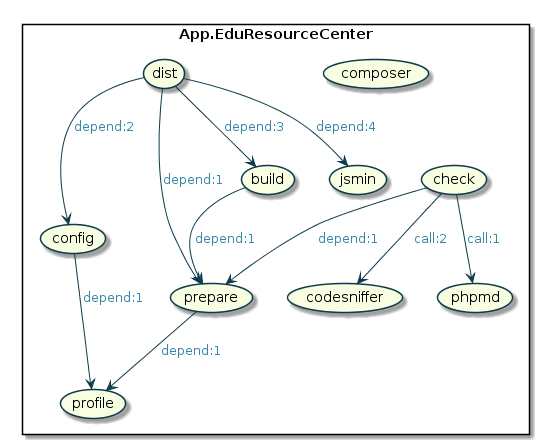
Before: resources/readme/edu-resource-center.png, a diagram exported from PlantUML (jawira/phing-visualizer).
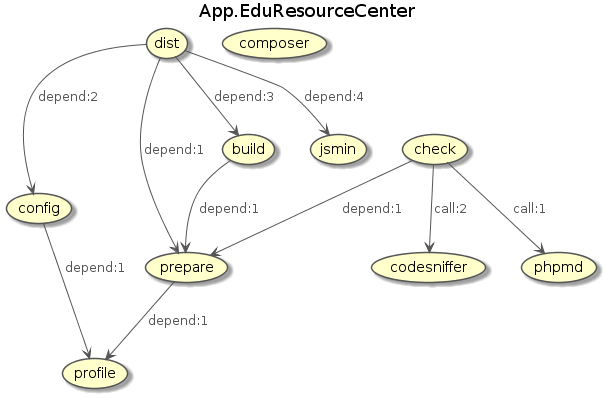
The same diagram one commit later.

What changed in the source:
```diff
@@ -1,25 +1,29 @@
 @startuml
+title App.EduResourceCenter
+hide stereotype
 skinparam Arrow {
-Color #0C3A49
-FontColor #3787A6
+Color #555555
+FontColor #555555
 }
-skinparam Usecase {
-BackgroundColor #F7FEE1
-BorderColor #0C3A49
+skinparam UseCase {
+BackgroundColor #FFFFCC
+BorderColor #555555
 }
 
-rectangle "App.EduResourceCenter" {
-(profile)
-(prepare)
-(config)
-(build)
-(jsmin)
-(composer)
-(codesniffer)
-(phpmd)
-(check)
-(dist)
+skinparam UseCase {
+BackgroundColor<< App.EduResourceCenter >> #FFFFCC
 }
+(profile)<< App.EduResourceCenter >>
+(prepare)<< App.EduResourceCenter >>
+(config)<< App.EduResourceCenter >>
+(build)<< App.EduResourceCenter >>
+(jsmin)<< App.EduResourceCenter >>
+(composer)<< App.EduResourceCenter >>
+(codesniffer)<< App.EduResourceCenter >>
+(phpmd)<< App.EduResourceCenter >>
+(check)<< App.EduResourceCenter >>
+(dist)<< App.EduResourceCenter >>
+
 
 (prepare) --> (profile) : depend:1
 (config) --> (profile) : depend:1
```
